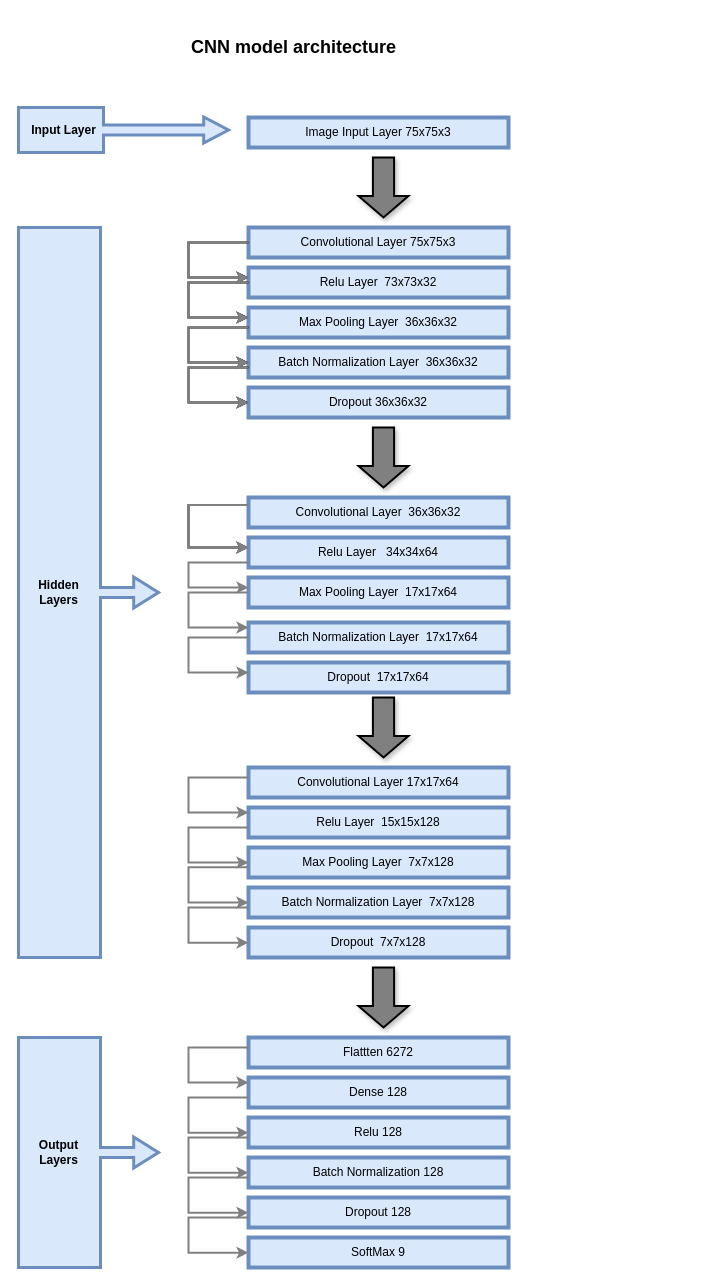
Above: flowchart.drawio in Rajulmahto21/FlowChart (draw.io), before the change. Source tidied: cells renumbered, new cells numbered last; positions are measured from the earlier drawing's top-left corner, leaving out a move shared by most shapes. Both pictures are drawn from the tidied source at 100%, with x=0, y=0 at pixel (18, 17).
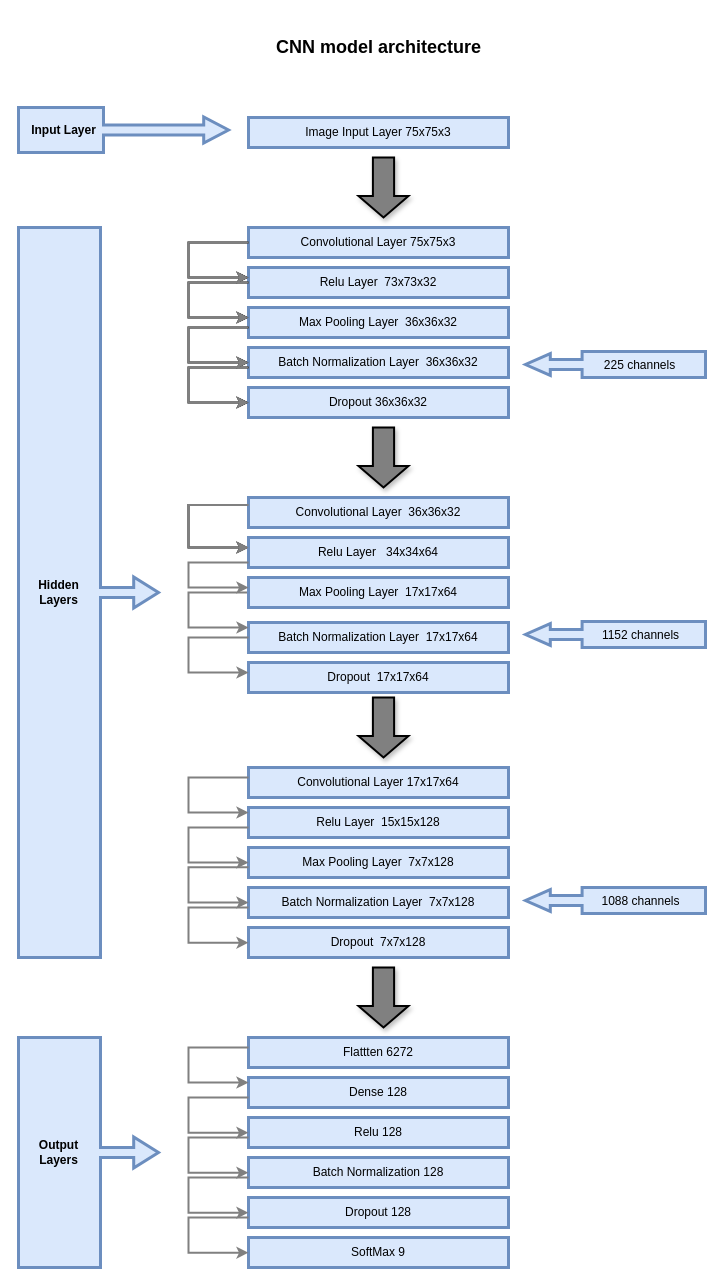
The same page after the edit.

The edit, as a diff of the source:
```diff
@@
-    <mxCell id="2" value="Image Input Layer 75x75x3" style="rounded=0;whiteSpace=wrap;html=1;fillColor=#dae8fc;strokeColor=#6c8ebf;glass=0;fillStyle=auto;strokeWidth=4;" parent="1" vertex="1">
+    <mxCell id="2" value="Image Input Layer 75x75x3" style="rounded=0;whiteSpace=wrap;html=1;fillColor=#dae8fc;strokeColor=#6c8ebf;glass=0;fillStyle=auto;strokeWidth=3;" parent="1" vertex="1">
       <mxGeometry x="230" y="100" width="260" height="30" as="geometry" />
     </mxCell>
@@
-    <mxCell id="4" value="Convolutional Layer 75x75x3" style="rounded=0;whiteSpace=wrap;html=1;fillColor=#dae8fc;strokeColor=#6c8ebf;strokeWidth=4;" parent="1" vertex="1">
+    <mxCell id="4" value="Convolutional Layer 75x75x3" style="rounded=0;whiteSpace=wrap;html=1;fillColor=#dae8fc;strokeColor=#6c8ebf;strokeWidth=3;" parent="1" vertex="1">
       <mxGeometry x="230" y="210" width="260" height="30" as="geometry" />
     </mxCell>
@@
-    <mxCell id="6" value="Relu Layer&amp;nbsp; 73x73x32" style="rounded=0;whiteSpace=wrap;html=1;fillColor=#dae8fc;strokeColor=#6c8ebf;strokeWidth=4;" parent="1" vertex="1">
+    <mxCell id="6" value="Relu Layer&amp;nbsp; 73x73x32" style="rounded=0;whiteSpace=wrap;html=1;fillColor=#dae8fc;strokeColor=#6c8ebf;strokeWidth=3;" parent="1" vertex="1">
       <mxGeometry x="230" y="250" width="260" height="30" as="geometry" />
     </mxCell>
-    <mxCell id="7" value="Batch Normalization Layer&amp;nbsp; 36x36x32" style="rounded=0;whiteSpace=wrap;html=1;fillColor=#dae8fc;strokeColor=#6c8ebf;strokeWidth=4;" parent="1" vertex="1">
+    <mxCell id="7" value="Batch Normalization Layer&amp;nbsp; 36x36x32" style="rounded=0;whiteSpace=wrap;html=1;fillColor=#dae8fc;strokeColor=#6c8ebf;strokeWidth=3;" parent="1" vertex="1">
       <mxGeometry x="230" y="330" width="260" height="30" as="geometry" />
     </mxCell>
-    <mxCell id="8" value="Max Pooling Layer&amp;nbsp; 36x36x32" style="rounded=0;whiteSpace=wrap;html=1;fillColor=#dae8fc;strokeColor=#6c8ebf;strokeWidth=4;" parent="1" vertex="1">
+    <mxCell id="8" value="Max Pooling Layer&amp;nbsp; 36x36x32" style="rounded=0;whiteSpace=wrap;html=1;fillColor=#dae8fc;strokeColor=#6c8ebf;strokeWidth=3;" parent="1" vertex="1">
       <mxGeometry x="230" y="290" width="260" height="30" as="geometry" />
     </mxCell>
-    <mxCell id="9" value="Dropout 36x36x32" style="rounded=0;whiteSpace=wrap;html=1;fillColor=#dae8fc;strokeColor=#6c8ebf;strokeWidth=4;" parent="1" vertex="1">
+    <mxCell id="9" value="Dropout 36x36x32" style="rounded=0;whiteSpace=wrap;html=1;fillColor=#dae8fc;strokeColor=#6c8ebf;strokeWidth=3;" parent="1" vertex="1">
       <mxGeometry x="230" y="370" width="260" height="30" as="geometry" />
     </mxCell>
@@
-    <mxCell id="11" value="Convolutional Layer&amp;nbsp; 36x36x32" style="rounded=0;whiteSpace=wrap;html=1;fillColor=#dae8fc;strokeColor=#6c8ebf;strokeWidth=4;" parent="1" vertex="1">
+    <mxCell id="11" value="Convolutional Layer&amp;nbsp; 36x36x32" style="rounded=0;whiteSpace=wrap;html=1;fillColor=#dae8fc;strokeColor=#6c8ebf;strokeWidth=3;" parent="1" vertex="1">
       <mxGeometry x="230" y="480" width="260" height="30" as="geometry" />
     </mxCell>
-    <mxCell id="12" value="Relu Layer&amp;nbsp; &amp;nbsp;34x34x64" style="rounded=0;whiteSpace=wrap;html=1;fillColor=#dae8fc;strokeColor=#6c8ebf;strokeWidth=4;" parent="1" vertex="1">
+    <mxCell id="12" value="Relu Layer&amp;nbsp; &amp;nbsp;34x34x64" style="rounded=0;whiteSpace=wrap;html=1;fillColor=#dae8fc;strokeColor=#6c8ebf;strokeWidth=3;" parent="1" vertex="1">
       <mxGeometry x="230" y="520" width="260" height="30" as="geometry" />
     </mxCell>
-    <mxCell id="13" value="Batch Normalization Layer&amp;nbsp; 17x17x64" style="rounded=0;whiteSpace=wrap;html=1;fillColor=#dae8fc;strokeColor=#6c8ebf;strokeWidth=4;" parent="1" vertex="1">
+    <mxCell id="13" value="Batch Normalization Layer&amp;nbsp; 17x17x64" style="rounded=0;whiteSpace=wrap;html=1;fillColor=#dae8fc;strokeColor=#6c8ebf;strokeWidth=3;" parent="1" vertex="1">
       <mxGeometry x="230" y="605" width="260" height="30" as="geometry" />
     </mxCell>
@@
-    <mxCell id="15" value="Max Pooling Layer&amp;nbsp; 17x17x64" style="rounded=0;whiteSpace=wrap;html=1;fillColor=#dae8fc;strokeColor=#6c8ebf;strokeWidth=4;" parent="1" vertex="1">
+    <mxCell id="15" value="Max Pooling Layer&amp;nbsp; 17x17x64" style="rounded=0;whiteSpace=wrap;html=1;fillColor=#dae8fc;strokeColor=#6c8ebf;strokeWidth=3;" parent="1" vertex="1">
       <mxGeometry x="230" y="560" width="260" height="30" as="geometry" />
     </mxCell>
-    <mxCell id="16" value="Dropout&amp;nbsp; 17x17x64" style="rounded=0;whiteSpace=wrap;html=1;fillColor=#dae8fc;strokeColor=#6c8ebf;strokeWidth=4;" parent="1" vertex="1">
+    <mxCell id="16" value="Dropout&amp;nbsp; 17x17x64" style="rounded=0;whiteSpace=wrap;html=1;fillColor=#dae8fc;strokeColor=#6c8ebf;strokeWidth=3;" parent="1" vertex="1">
       <mxGeometry x="230" y="645" width="260" height="30" as="geometry" />
     </mxCell>
-    <mxCell id="17" value="Convolutional Layer 17x17x64" style="rounded=0;whiteSpace=wrap;html=1;fillColor=#dae8fc;strokeColor=#6c8ebf;strokeWidth=4;" parent="1" vertex="1">
+    <mxCell id="17" value="Convolutional Layer 17x17x64" style="rounded=0;whiteSpace=wrap;html=1;fillColor=#dae8fc;strokeColor=#6c8ebf;strokeWidth=3;" parent="1" vertex="1">
       <mxGeometry x="230" y="750" width="260" height="30" as="geometry" />
     </mxCell>
-    <mxCell id="18" value="Relu Layer&amp;nbsp; 15x15x128" style="rounded=0;whiteSpace=wrap;html=1;fillColor=#dae8fc;strokeColor=#6c8ebf;strokeWidth=4;" parent="1" vertex="1">
+    <mxCell id="18" value="Relu Layer&amp;nbsp; 15x15x128" style="rounded=0;whiteSpace=wrap;html=1;fillColor=#dae8fc;strokeColor=#6c8ebf;strokeWidth=3;" parent="1" vertex="1">
       <mxGeometry x="230" y="790" width="260" height="30" as="geometry" />
     </mxCell>
-    <mxCell id="19" value="Batch Normalization Layer&amp;nbsp; 7x7x128" style="rounded=0;whiteSpace=wrap;html=1;fillColor=#dae8fc;strokeColor=#6c8ebf;strokeWidth=4;" parent="1" vertex="1">
+    <mxCell id="19" value="Batch Normalization Layer&amp;nbsp; 7x7x128" style="rounded=0;whiteSpace=wrap;html=1;fillColor=#dae8fc;strokeColor=#6c8ebf;strokeWidth=3;" parent="1" vertex="1">
       <mxGeometry x="230" y="870" width="260" height="30" as="geometry" />
     </mxCell>
-    <mxCell id="20" value="Max Pooling Layer&amp;nbsp; 7x7x128" style="rounded=0;whiteSpace=wrap;html=1;fillColor=#dae8fc;strokeColor=#6c8ebf;strokeWidth=4;" parent="1" vertex="1">
+    <mxCell id="20" value="Max Pooling Layer&amp;nbsp; 7x7x128" style="rounded=0;whiteSpace=wrap;html=1;fillColor=#dae8fc;strokeColor=#6c8ebf;strokeWidth=3;" parent="1" vertex="1">
       <mxGeometry x="230" y="830" width="260" height="30" as="geometry" />
     </mxCell>
-    <mxCell id="21" value="Dropout&amp;nbsp; 7x7x128" style="rounded=0;whiteSpace=wrap;html=1;fillColor=#dae8fc;strokeColor=#6c8ebf;strokeWidth=4;" parent="1" vertex="1">
+    <mxCell id="21" value="Dropout&amp;nbsp; 7x7x128" style="rounded=0;whiteSpace=wrap;html=1;fillColor=#dae8fc;strokeColor=#6c8ebf;strokeWidth=3;" parent="1" vertex="1">
       <mxGeometry x="230" y="910" width="260" height="30" as="geometry" />
     </mxCell>
-    <mxCell id="22" value="Flattten 6272" style="rounded=0;whiteSpace=wrap;html=1;fillColor=#dae8fc;strokeColor=#6c8ebf;strokeWidth=4;" parent="1" vertex="1">
+    <mxCell id="22" value="Flattten 6272" style="rounded=0;whiteSpace=wrap;html=1;fillColor=#dae8fc;strokeColor=#6c8ebf;strokeWidth=3;" parent="1" vertex="1">
       <mxGeometry x="230" y="1020" width="260" height="30" as="geometry" />
     </mxCell>
-    <mxCell id="23" value="Dense 128" style="rounded=0;whiteSpace=wrap;html=1;fillColor=#dae8fc;strokeColor=#6c8ebf;strokeWidth=4;" parent="1" vertex="1">
+    <mxCell id="23" value="Dense 128" style="rounded=0;whiteSpace=wrap;html=1;fillColor=#dae8fc;strokeColor=#6c8ebf;strokeWidth=3;" parent="1" vertex="1">
       <mxGeometry x="230" y="1060" width="260" height="30" as="geometry" />
     </mxCell>
-    <mxCell id="24" value="Relu 128" style="rounded=0;whiteSpace=wrap;html=1;fillColor=#dae8fc;strokeColor=#6c8ebf;strokeWidth=4;" parent="1" vertex="1">
+    <mxCell id="24" value="Relu 128" style="rounded=0;whiteSpace=wrap;html=1;fillColor=#dae8fc;strokeColor=#6c8ebf;strokeWidth=3;" parent="1" vertex="1">
       <mxGeometry x="230" y="1100" width="260" height="30" as="geometry" />
     </mxCell>
-    <mxCell id="25" value="Batch Normalization 128" style="rounded=0;whiteSpace=wrap;html=1;fillColor=#dae8fc;strokeColor=#6c8ebf;strokeWidth=4;" parent="1" vertex="1">
+    <mxCell id="25" value="Batch Normalization 128" style="rounded=0;whiteSpace=wrap;html=1;fillColor=#dae8fc;strokeColor=#6c8ebf;strokeWidth=3;" parent="1" vertex="1">
       <mxGeometry x="230" y="1140" width="260" height="30" as="geometry" />
     </mxCell>
-    <mxCell id="26" value="Dropout 128" style="rounded=0;whiteSpace=wrap;html=1;fillColor=#dae8fc;strokeColor=#6c8ebf;strokeWidth=4;" parent="1" vertex="1">
+    <mxCell id="26" value="Dropout 128" style="rounded=0;whiteSpace=wrap;html=1;fillColor=#dae8fc;strokeColor=#6c8ebf;strokeWidth=3;" parent="1" vertex="1">
       <mxGeometry x="230" y="1180" width="260" height="30" as="geometry" />
     </mxCell>
-    <mxCell id="27" value="SoftMax 9" style="rounded=0;whiteSpace=wrap;html=1;fillColor=#dae8fc;strokeColor=#6c8ebf;strokeWidth=4;" parent="1" vertex="1">
+    <mxCell id="27" value="SoftMax 9" style="rounded=0;whiteSpace=wrap;html=1;fillColor=#dae8fc;strokeColor=#6c8ebf;strokeWidth=3;" parent="1" vertex="1">
       <mxGeometry x="230" y="1220" width="260" height="30" as="geometry" />
     </mxCell>
@@
     <mxCell id="48" value="&lt;h2&gt;&lt;b&gt;CNN model architecture&lt;/b&gt;&lt;/h2&gt;" style="text;html=1;align=center;verticalAlign=middle;strokeColor=none;fillColor=none;" parent="1" vertex="1">
-      <mxGeometry x="160" width="230" height="60" as="geometry" />
+      <mxGeometry x="245" width="230" height="60" as="geometry" />
     </mxCell>
@@
+    <mxCell id="61" style="html=1;shadow=0;dashed=0;align=left;verticalAlign=middle;shape=mxgraph.arrows2.calloutArrow;dy=5;dx=24.8;notch=123.41;arrowHead=5.95;fillColor=#dae8fc;strokeColor=#6c8ebf;strokeWidth=3;flipH=1;" parent="1" vertex="1">
+      <mxGeometry x="507" y="334" width="180" height="26" as="geometry" />
+    </mxCell>
+    <mxCell id="62" value="225 channels" style="text;html=1;align=center;verticalAlign=middle;strokeColor=none;fillColor=none;flipH=1;" parent="1" vertex="1">
+      <mxGeometry x="576" y="334" width="90" height="27" as="geometry" />
+    </mxCell>
+    <mxCell id="63" style="group;" parent="1" vertex="1">
+      <mxGeometry x="507" y="604" width="180" height="27" as="geometry" />
+    </mxCell>
+    <mxCell id="64" style="html=1;shadow=0;dashed=0;align=left;verticalAlign=middle;shape=mxgraph.arrows2.calloutArrow;dy=5;dx=24.8;notch=123.41;arrowHead=5.95;fillColor=#dae8fc;strokeColor=#6c8ebf;strokeWidth=3;flipH=1;" parent="63" vertex="1">
+      <mxGeometry width="180" height="26" as="geometry" />
+    </mxCell>
+    <mxCell id="65" value="1152 channels" style="text;html=1;align=center;verticalAlign=middle;strokeColor=none;fillColor=none;flipH=1;" parent="63" vertex="1">
+      <mxGeometry x="65" width="99" height="27" as="geometry" />
+    </mxCell>
+    <mxCell id="66" style="group;" parent="1" vertex="1">
+      <mxGeometry x="507" y="870" width="180" height="27" as="geometry" />
+    </mxCell>
+    <mxCell id="67" style="html=1;shadow=0;dashed=0;align=left;verticalAlign=middle;shape=mxgraph.arrows2.calloutArrow;dy=5;dx=24.8;notch=123.41;arrowHead=5.95;fillColor=#dae8fc;strokeColor=#6c8ebf;strokeWidth=3;flipH=1;" parent="66" vertex="1">
+      <mxGeometry width="180" height="26" as="geometry" />
+    </mxCell>
+    <mxCell id="68" value="1088 channels" style="text;html=1;align=center;verticalAlign=middle;strokeColor=none;fillColor=none;flipH=1;" parent="66" vertex="1">
+      <mxGeometry x="65" width="99" height="27" as="geometry" />
+    </mxCell>
```
